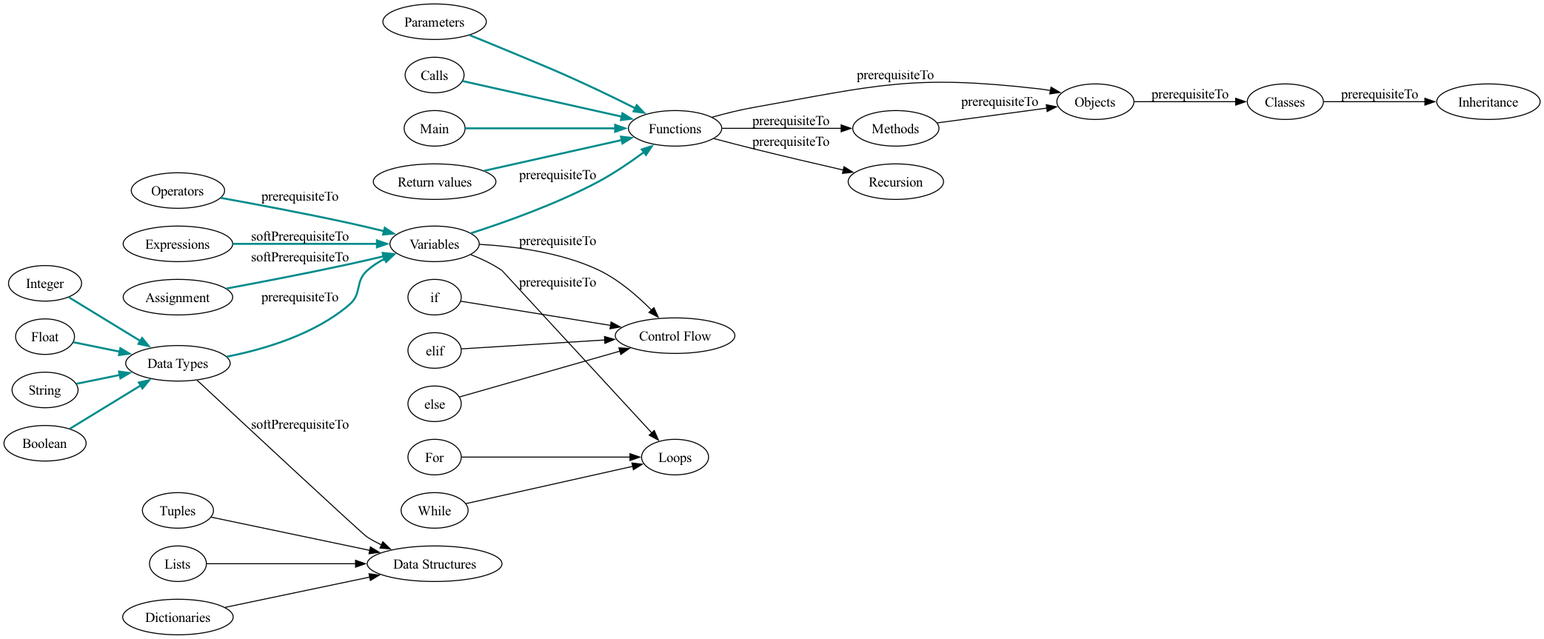
ezrichards/concept-graph keeps this Graphviz diagram as graphviz/Sequence2.png. Above is the earlier version. Its source is kept beside it as graphviz/Sequence2.dot.
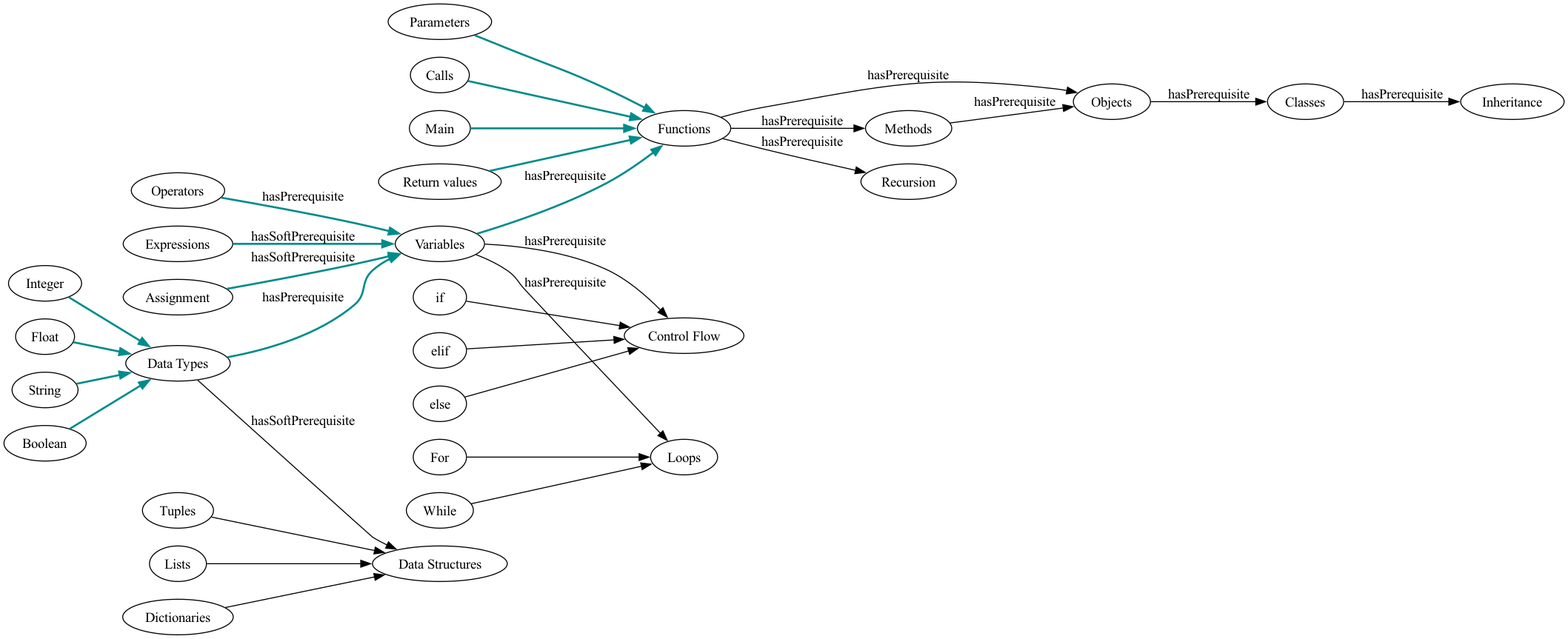
Later version of the same file.

The edit, as a diff of the source:
```diff
@@ -8,22 +8,22 @@
    "Boolean" -> "Data Types" [color=cyan4,penwidth=2.0];
 
    # nodes into variables
-   "Data Types" -> "Variables" [ label="prerequisiteTo",color=cyan4,penwidth=2.0 ];
-   "Operators" -> "Variables" [ label="prerequisiteTo",color=cyan4,penwidth=2.0 ];
-   "Expressions" -> "Variables" [ label="softPrerequisiteTo",color=cyan4,penwidth=2.0 ];
-   "Assignment" -> "Variables" [ label="softPrerequisiteTo",color=cyan4,penwidth=2.0 ];
+   "Data Types" -> "Variables" [ label="hasPrerequisite",color=cyan4,penwidth=2.0 ];
+   "Operators" -> "Variables" [ label="hasPrerequisite",color=cyan4,penwidth=2.0 ];
+   "Expressions" -> "Variables" [ label="hasSoftPrerequisite",color=cyan4,penwidth=2.0 ];
+   "Assignment" -> "Variables" [ label="hasSoftPrerequisite",color=cyan4,penwidth=2.0 ];
 
    # nodes away from variables
-   "Variables" -> "Functions" [ label="prerequisiteTo", color=cyan4,penwidth=2.0 ];
-   "Variables" -> "Control Flow" [ label="prerequisiteTo" ];
-   "Variables" -> "Loops" [ label="prerequisiteTo" ];
+   "Variables" -> "Functions" [ label="hasPrerequisite", color=cyan4,penwidth=2.0 ];
+   "Variables" -> "Control Flow" [ label="hasPrerequisite" ];
+   "Variables" -> "Loops" [ label="hasPrerequisite" ];
 
    # functions
-   "Functions" -> "Objects" [ label="prerequisiteTo" ];
-   "Functions" -> "Recursion" [ label="prerequisiteTo" ];
-   "Functions" -> "Methods" [ label="prerequisiteTo" ];
+   "Functions" -> "Objects" [ label="hasPrerequisite" ];
+   "Functions" -> "Recursion" [ label="hasPrerequisite" ];
+   "Functions" -> "Methods" [ label="hasPrerequisite" ];
 
-   "Methods" -> "Objects" [ label="prerequisiteTo" ];
+   "Methods" -> "Objects" [ label="hasPrerequisite" ];
 
    # functions children
    "Return values" -> "Functions" [color=cyan4,penwidth=2.0];
@@ -41,13 +41,13 @@
    "else" -> "Control Flow"
 
    # objects & classes
-   "Objects" -> "Classes" [ label="prerequisiteTo" ];
-   "Classes" -> "Inheritance" [ label="prerequisiteTo" ];
+   "Objects" -> "Classes" [ label="hasPrerequisite" ];
+   "Classes" -> "Inheritance" [ label="hasPrerequisite" ];
 
    # data structures
    "Lists" -> "Data Structures"
    "Dictionaries" -> "Data Structures"
    "Tuples" -> "Data Structures"
 
-   "Data Types" -> "Data Structures" [ label="softPrerequisiteTo" ];
+   "Data Types" -> "Data Structures" [ label="hasSoftPrerequisite" ];
 }
```
